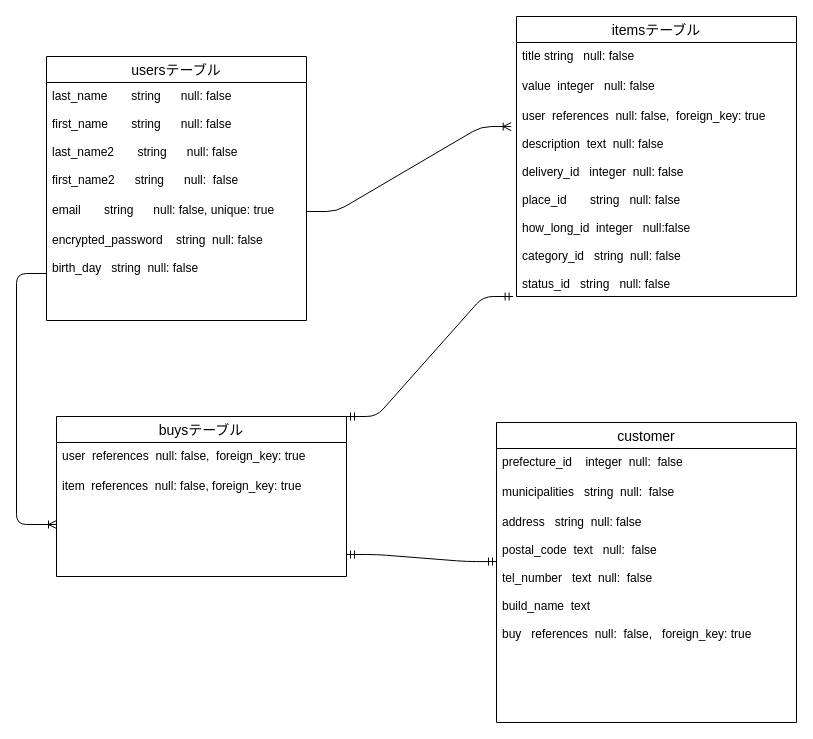
Above: furima.dio in pakkiii/furima-35035 (draw.io), before the change. Source tidied: cells renumbered, new cells numbered last; positions are measured from the earlier drawing's top-left corner, leaving out a move shared by most shapes. Both pictures are drawn from the tidied source at 100%, with x=0, y=0 at pixel (16, 16).
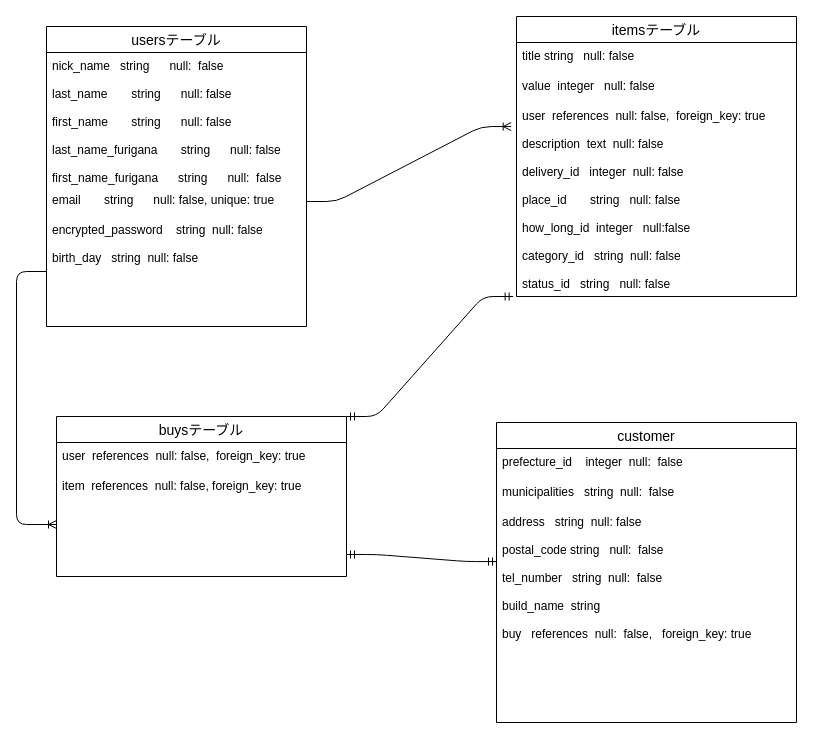
Above is the later version.

Commit message (it also covers changes not shown here):
データベース設計　4回目

The change refers to these unchanged cells:
```xml
<mxCell id="13" value="customer" style="swimlane;fontStyle=0;horizontal=1;startSize=26;align=center;fontSize=14;" parent="1" vertex="1">
  <mxGeometry x="480" y="406" width="300" height="300" as="geometry" />
</mxCell>
```

Diff of the diagram source:
```diff
@@
     <mxCell id="2" value="usersテーブル" style="swimlane;fontStyle=0;horizontal=1;startSize=26;align=center;fontSize=14;" parent="1" vertex="1">
-      <mxGeometry x="30" y="40" width="260" height="264" as="geometry" />
+      <mxGeometry x="30" y="10" width="260" height="300" as="geometry" />
     </mxCell>
-    <mxCell id="3" value="last_name　　string      null: false&#10;&#10;first_name       string      null: false&#10;&#10;last_name2       string      null: false&#10;&#10;first_name2      string      null:  false&#10;" style="text;strokeColor=none;fillColor=none;spacingLeft=4;spacingRight=4;overflow=hidden;fontSize=12;" parent="2" vertex="1">
-      <mxGeometry y="26" width="260" height="114" as="geometry" />
+    <mxCell id="3" value="nick_name   string      null:  false&#10;&#10;last_name　　string      null: false&#10;&#10;first_name       string      null: false&#10;&#10;last_name_furigana       string      null: false&#10;&#10;first_name_furigana      string      null:  false&#10;" style="text;strokeColor=none;fillColor=none;spacingLeft=4;spacingRight=4;overflow=hidden;fontSize=12;" parent="2" vertex="1">
+      <mxGeometry y="26" width="260" height="134" as="geometry" />
     </mxCell>
     <mxCell id="4" value="email       string      null: false, unique: true" style="text;strokeColor=none;fillColor=none;spacingLeft=4;spacingRight=4;overflow=hidden;points=[[0,0.5],[1,0.5]];portConstraint=eastwest;fontSize=12;" parent="2" vertex="1">
-      <mxGeometry y="140" width="260" height="30" as="geometry" />
+      <mxGeometry y="160" width="260" height="30" as="geometry" />
     </mxCell>
     <mxCell id="5" value="encrypted_password    string  null: false&#10;&#10;birth_day   string  null: false&#10;" style="text;strokeColor=none;fillColor=none;spacingLeft=4;spacingRight=4;overflow=hidden;points=[[0,0.5],[1,0.5]];portConstraint=eastwest;fontSize=12;" parent="2" vertex="1">
-      <mxGeometry y="170" width="260" height="94" as="geometry" />
+      <mxGeometry y="190" width="260" height="110" as="geometry" />
     </mxCell>
@@
-    <mxCell id="16" value="address   string  null: false&#10;&#10;postal_code  text   null:  false&#10;&#10;tel_number   text  null:  false&#10;&#10;build_name  text  &#10;&#10;buy   references  null:  false,   foreign_key: true" style="text;strokeColor=none;fillColor=none;spacingLeft=4;spacingRight=4;overflow=hidden;points=[[0,0.5],[1,0.5]];portConstraint=eastwest;fontSize=12;" parent="13" vertex="1">
+    <mxCell id="16" value="address   string  null: false&#10;&#10;postal_code string   null:  false&#10;&#10;tel_number   string  null:  false&#10;&#10;build_name  string  &#10;&#10;buy   references  null:  false,   foreign_key: true" style="text;strokeColor=none;fillColor=none;spacingLeft=4;spacingRight=4;overflow=hidden;points=[[0,0.5],[1,0.5]];portConstraint=eastwest;fontSize=12;" parent="13" vertex="1">
       <mxGeometry y="86" width="300" height="214" as="geometry" />
     </mxCell>
```
